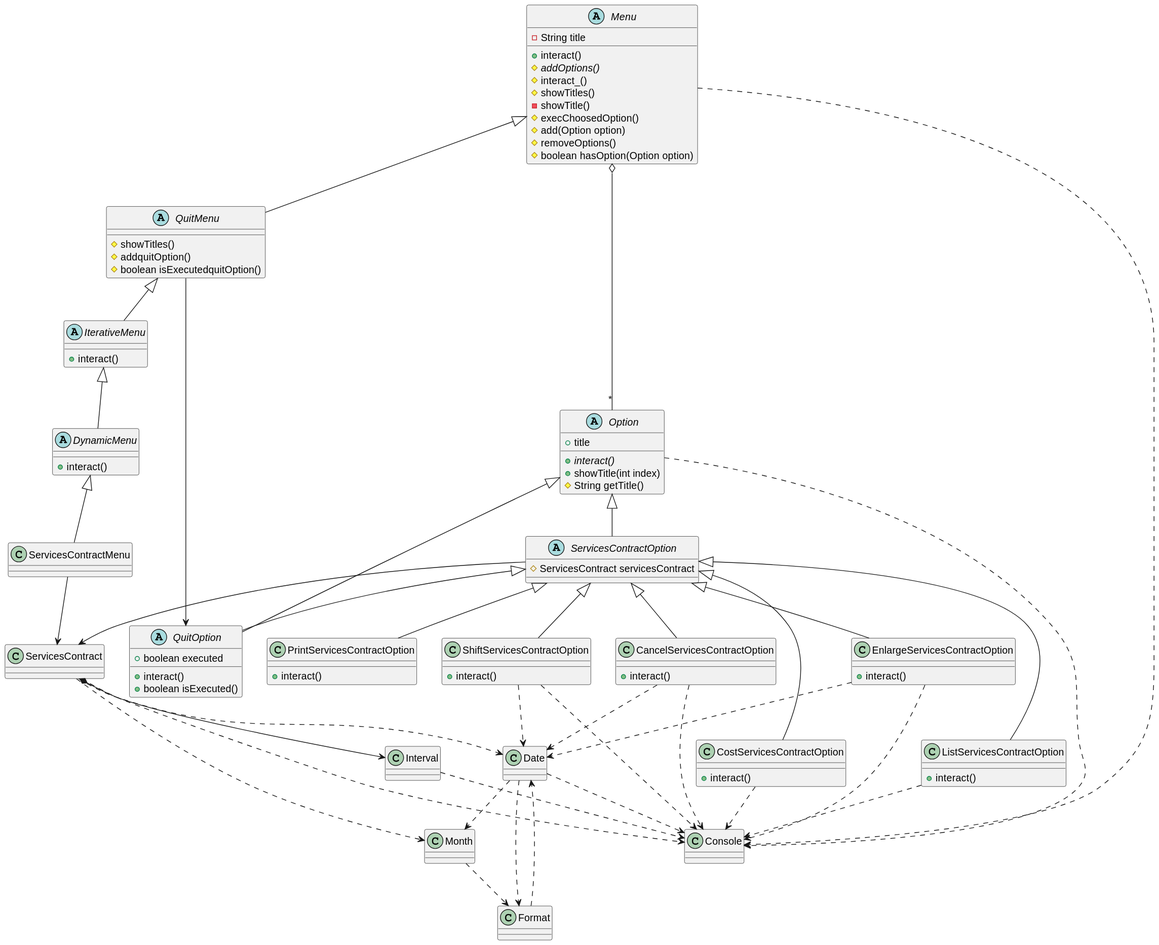
Above: MPDS-Java-40-POO/doc/ServiceContractManagement/UML/ModeloClases.svg in jumpering/lab-turing (PlantUML), before the change. Its diagram source:
```plantuml
@startuml
class ServicesContract
abstract class Menu
abstract class DynamicMenu
abstract class IterativeMenu
abstract class QuitMenu
class ServicesContractMenu
abstract class Option
abstract class ServicesContractOption
class CancelServicesContractOption
class CostServicesContractOption
class EnlargeServicesContractOption
class ListServicesContractOption
class PrintServicesContractOption
class QuitOption
class ShiftServicesContractOption
class Date
class Month
class Format
class Console

Option <|-- ServicesContractOption

ServicesContractOption <|-- CancelServicesContractOption
ServicesContractOption <|-- CostServicesContractOption
ServicesContractOption <|-- EnlargeServicesContractOption
ServicesContractOption <|-- ListServicesContractOption
ServicesContractOption <|-- PrintServicesContractOption
ServicesContractOption <|-- QuitOption
ServicesContractOption <|-- ShiftServicesContractOption


abstract class Menu {
 - String title
 +interact()
 #{abstract} addOptions()
 #interact_()
 #showTitles()
 -showTitle()
 #execChoosedOption()
 #add(Option option)
 #removeOptions()
 #boolean hasOption(Option option)
}

abstract class QuitMenu {
 #showTitles()
 #addquitOption()
 #boolean isExecutedquitOption()
}

abstract class IterativeMenu {
 +interact()
}

abstract class DynamicMenu {
 +interact()
}

abstract class Option {
 +title
 +{abstract} interact()
 +showTitle(int index)
 #String getTitle()
}

abstract class QuitOption {
 +boolean executed
 +interact()
 +boolean isExecuted()
}

abstract class ServicesContractOption {
 #ServicesContract servicesContract
}

class CancelServicesContractOption
{
  +interact()
}

class CostServicesContractOption
{
  +interact()
}

class EnlargeServicesContractOption
{
  +interact()
}

class ListServicesContractOption
{
  +interact()
}
class PrintServicesContractOption
{
  +interact()
}
class ShiftServicesContractOption
{
  +interact()
}

QuitMenu --> QuitOption

Menu <|-- QuitMenu
QuitMenu <|-- IterativeMenu
IterativeMenu <|-- DynamicMenu
DynamicMenu <|-- ServicesContractMenu
Option <|-- QuitOption

Menu o--"*" Option
ServicesContractMenu --> ServicesContract
ServicesContractOption --> ServicesContract

ServicesContract ..> Console
Menu ..> Console
CancelServicesContractOption ..> Console
CostServicesContractOption ..> Console
EnlargeServicesContractOption ..> Console
ListServicesContractOption ..> Console
Option ..> Console
ShiftServicesContractOption ..> Console
Interval ..> Console
Date ..> Console

ServicesContract *--> Interval

Date ..> Month
ServicesContract ..> Month

ServicesContract ..> Date
CancelServicesContractOption ..> Date
EnlargeServicesContractOption ..> Date
ShiftServicesContractOption ..> Date
Format ..> Date

Date ..> Format
Month ..> Format






@enduml
```
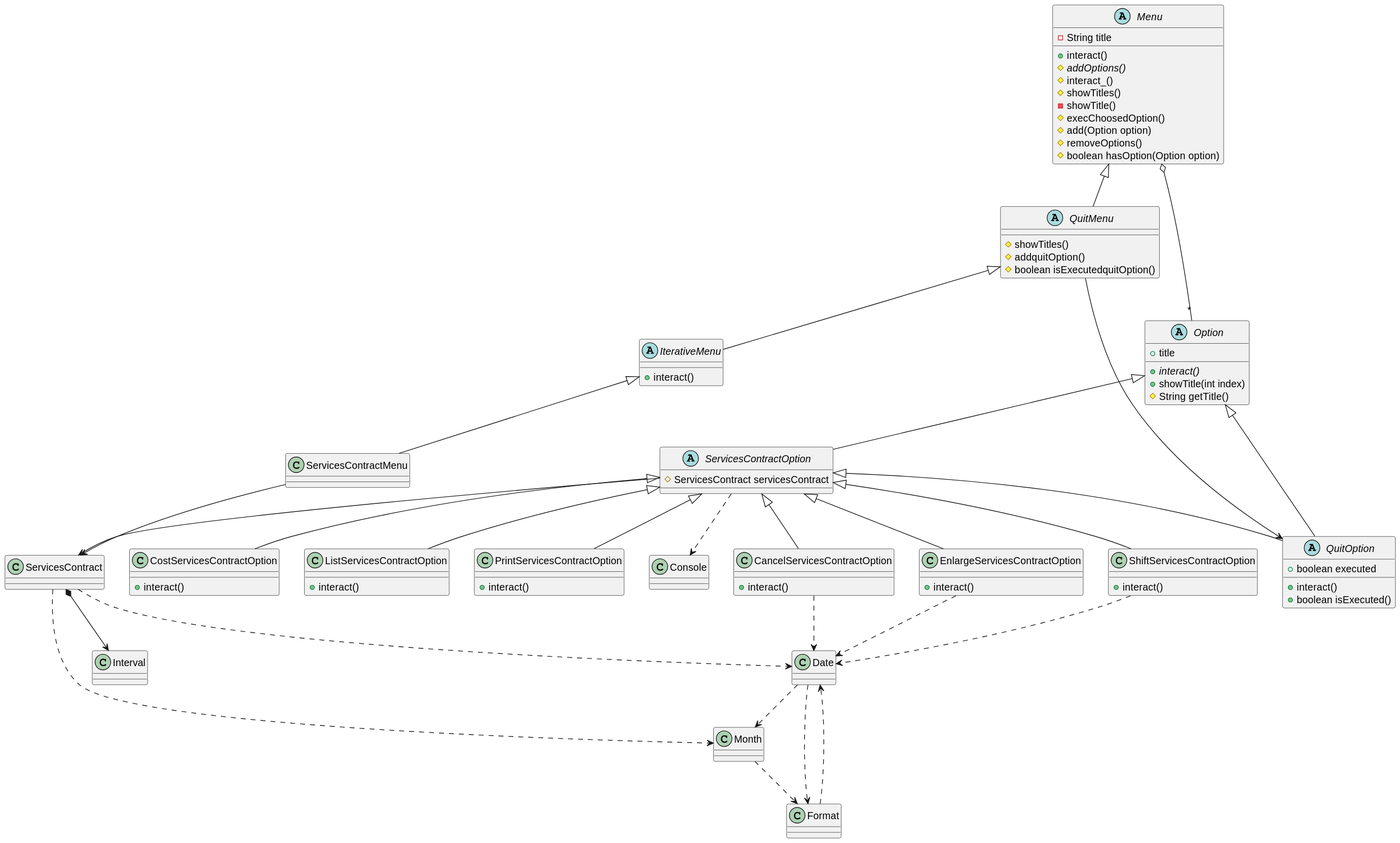
Above is the later version.

Commit message:
Clase40_UMLfix

Change to the diagram source:
```diff
@@ -1,7 +1,6 @@
 @startuml
 class ServicesContract
 abstract class Menu
-abstract class DynamicMenu
 abstract class IterativeMenu
 abstract class QuitMenu
 class ServicesContractMenu
@@ -53,9 +52,6 @@
  +interact()
 }
 
-abstract class DynamicMenu {
- +interact()
-}
 
 abstract class Option {
  +title
@@ -106,24 +102,14 @@
 
 Menu <|-- QuitMenu
 QuitMenu <|-- IterativeMenu
-IterativeMenu <|-- DynamicMenu
-DynamicMenu <|-- ServicesContractMenu
+IterativeMenu <|-- ServicesContractMenu
 Option <|-- QuitOption
 
 Menu o--"*" Option
 ServicesContractMenu --> ServicesContract
 ServicesContractOption --> ServicesContract
 
-ServicesContract ..> Console
-Menu ..> Console
-CancelServicesContractOption ..> Console
-CostServicesContractOption ..> Console
-EnlargeServicesContractOption ..> Console
-ListServicesContractOption ..> Console
-Option ..> Console
-ShiftServicesContractOption ..> Console
-Interval ..> Console
-Date ..> Console
+ServicesContractOption ..> Console
 
 ServicesContract *--> Interval
 
@@ -138,10 +124,4 @@
 
 Date ..> Format
 Month ..> Format
-
-
-
-
-
-
 @enduml
```
